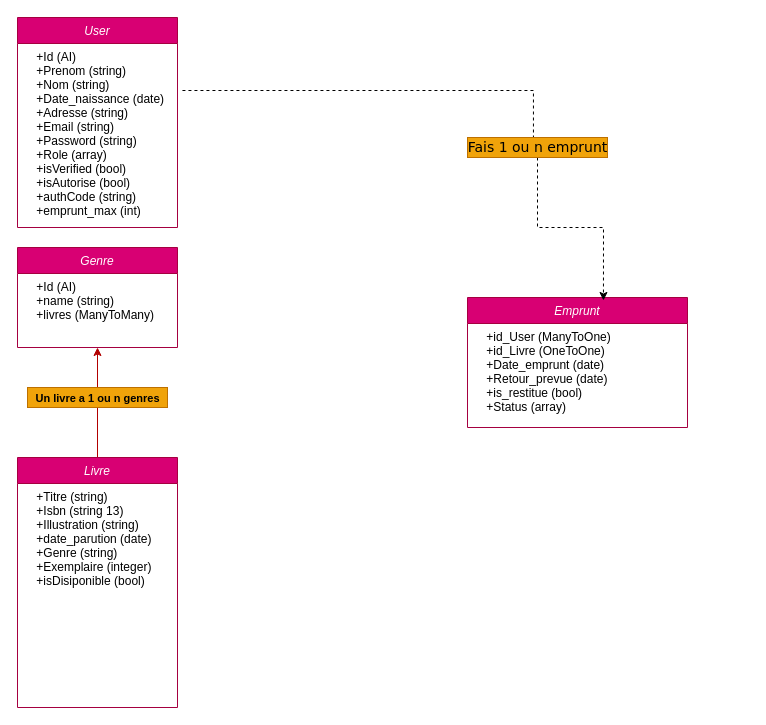
Above: docs/UML-Mediatheque.drawio in PaleGreenFILE/ECF-Mediatheque (draw.io), before the change. Source tidied: cells renumbered, new cells numbered last; positions are measured from the earlier drawing's top-left corner, leaving out a move shared by most shapes. Both pictures are drawn from the tidied source at 100%, with x=0, y=0 at pixel (17, 17).
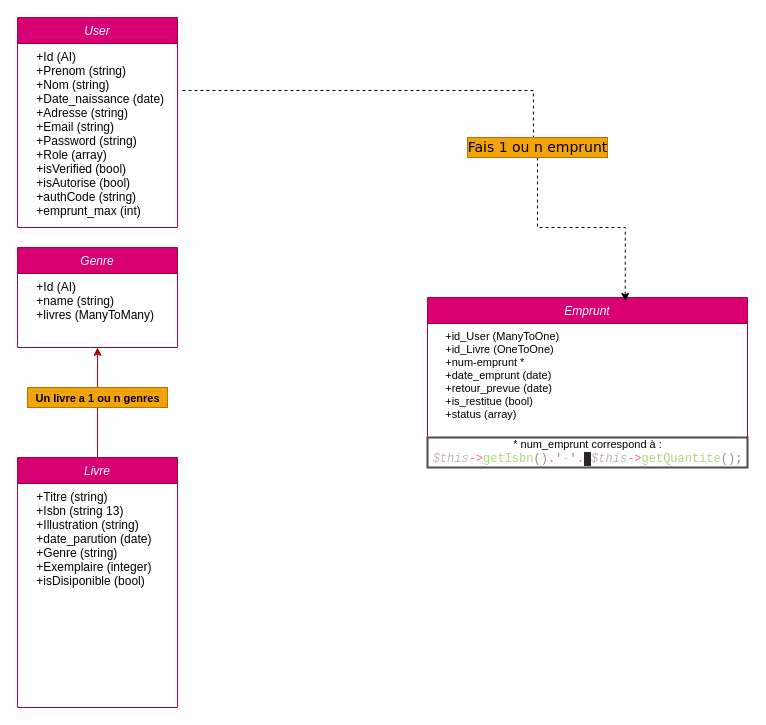
Above is the later version.

The edit, as a diff of the source:
```diff
@@
 <mxGraphModel>
   <root>
     <mxCell id="0" />
     <mxCell id="1" parent="0" />
     <mxCell id="2" value="User" style="swimlane;fontStyle=2;align=center;verticalAlign=top;horizontal=1;startSize=26;rounded=0;shadow=0;strokeWidth=1;fillColor=#d80073;strokeColor=#A50040;fontColor=#ffffff;" parent="1" vertex="1">
       <mxGeometry width="160" height="210" as="geometry" />
     </mxCell>
     <mxCell id="3" value="    +Id (AI)&#10;    +Prenom (string)&#10;    +Nom (string)&#10;    +Date_naissance (date)&#10;    +Adresse (string)&#10;    +Email (string)&#10;    +Password (string)&#10;    +Role (array)&#10;    +isVerified (bool)&#10;    +isAutorise (bool)&#10;    +authCode (string)&#10;    +emprunt_max (int)" style="text;align=left;verticalAlign=top;spacingLeft=4;spacingRight=4;overflow=hidden;points=[[0,0.5],[1,0.5]];portConstraint=eastwest;" parent="2" vertex="1">
       <mxGeometry y="26" width="160" height="184" as="geometry" />
     </mxCell>
     <mxCell id="4" style="edgeStyle=orthogonalEdgeStyle;rounded=0;sketch=0;jumpStyle=gap;jettySize=auto;html=1;entryX=0.5;entryY=1;entryDx=0;entryDy=0;shadow=0;fontFamily=Verdana;fontSize=14;fontColor=default;endArrow=classic;endFill=1;sourcePerimeterSpacing=0;targetPerimeterSpacing=0;strokeWidth=1;fillColor=#e51400;strokeColor=#B20000;" parent="1" edge="1" source="5" target="12">
       <mxGeometry relative="1" as="geometry" />
     </mxCell>
     <mxCell id="5" value="Livre" style="swimlane;fontStyle=2;align=center;verticalAlign=top;horizontal=1;startSize=26;rounded=0;shadow=0;strokeWidth=1;fillColor=#d80073;strokeColor=#A50040;fontColor=#ffffff;" parent="1" vertex="1">
       <mxGeometry y="440" width="160" height="250" as="geometry" />
     </mxCell>
     <mxCell id="6" value="    +Titre (string)&#10;    +Isbn (string 13)&#10;    +Illustration (string)&#10;    +date_parution (date)&#10;    +Genre (string)&#10;    +Exemplaire (integer)&#10;    +isDisiponible (bool)" style="text;align=left;verticalAlign=top;spacingLeft=4;spacingRight=4;overflow=hidden;" parent="5" vertex="1">
       <mxGeometry y="26" width="160" height="220" as="geometry" />
     </mxCell>
     <mxCell id="7" value="Emprunt" style="swimlane;fontStyle=2;align=center;verticalAlign=top;horizontal=1;startSize=26;rounded=0;shadow=0;strokeWidth=1;fillColor=#d80073;strokeColor=#A50040;fontColor=#ffffff;" parent="1" vertex="1">
-      <mxGeometry x="450" y="280" width="220" height="130" as="geometry" />
+      <mxGeometry x="410" y="280" width="320" height="170" as="geometry" />
     </mxCell>
-    <mxCell id="8" value="    +id_User (ManyToOne)&#10;    +id_Livre (OneToOne)&#10;    +Date_emprunt (date)&#10;    +Retour_prevue (date)&#10;    +is_restitue (bool)&#10;    +Status (array)&#10;" style="text;align=left;verticalAlign=top;spacingLeft=4;spacingRight=4;overflow=hidden;" parent="7" vertex="1">
-      <mxGeometry y="26" width="220" height="104" as="geometry" />
+    <mxCell id="8" value="    +id_User (ManyToOne)&#10;    +id_Livre (OneToOne)&#10;    +num-emprunt *&#10;    +date_emprunt (date)&#10;    +retour_prevue (date)&#10;    +is_restitue (bool)&#10;    +status (array)&#10;" style="text;align=left;verticalAlign=top;spacingLeft=4;spacingRight=4;overflow=hidden;fontSize=11;" parent="7" vertex="1">
+      <mxGeometry y="26" width="320" height="114" as="geometry" />
     </mxCell>
+    <mxCell id="15" value="* num_emprunt correspond à :&lt;br&gt;&lt;font style=&quot;font-size: 12px&quot;&gt;&lt;span style=&quot;font-family: &amp;#34;dank mono&amp;#34; , &amp;#34;nerd font mono&amp;#34; , &amp;#34;operator mono&amp;#34; , &amp;#34;fira code iscript&amp;#34; , &amp;#34;fira code&amp;#34; , &amp;#34;inconsolata&amp;#34; , &amp;#34;cascadia&amp;#34; , &amp;#34;consolas&amp;#34; , &amp;#34;courier new&amp;#34; , monospace ; color: rgb(195 , 183 , 184) ; font-style: italic&quot;&gt;$this&lt;/span&gt;&lt;span style=&quot;font-family: &amp;#34;dank mono&amp;#34; , &amp;#34;nerd font mono&amp;#34; , &amp;#34;operator mono&amp;#34; , &amp;#34;fira code iscript&amp;#34; , &amp;#34;fira code&amp;#34; , &amp;#34;inconsolata&amp;#34; , &amp;#34;cascadia&amp;#34; , &amp;#34;consolas&amp;#34; , &amp;#34;courier new&amp;#34; , monospace ; color: rgb(253 , 104 , 131)&quot;&gt;-&amp;gt;&lt;/span&gt;&lt;span style=&quot;font-family: &amp;#34;dank mono&amp;#34; , &amp;#34;nerd font mono&amp;#34; , &amp;#34;operator mono&amp;#34; , &amp;#34;fira code iscript&amp;#34; , &amp;#34;fira code&amp;#34; , &amp;#34;inconsolata&amp;#34; , &amp;#34;cascadia&amp;#34; , &amp;#34;consolas&amp;#34; , &amp;#34;courier new&amp;#34; , monospace ; color: rgb(173 , 218 , 120)&quot;&gt;getIsbn&lt;/span&gt;&lt;span style=&quot;font-family: &amp;#34;dank mono&amp;#34; , &amp;#34;nerd font mono&amp;#34; , &amp;#34;operator mono&amp;#34; , &amp;#34;fira code iscript&amp;#34; , &amp;#34;fira code&amp;#34; , &amp;#34;inconsolata&amp;#34; , &amp;#34;cascadia&amp;#34; , &amp;#34;consolas&amp;#34; , &amp;#34;courier new&amp;#34; , monospace ; color: rgb(148 , 138 , 139)&quot;&gt;()&lt;/span&gt;&lt;span style=&quot;font-family: &amp;#34;dank mono&amp;#34; , &amp;#34;nerd font mono&amp;#34; , &amp;#34;operator mono&amp;#34; , &amp;#34;fira code iscript&amp;#34; , &amp;#34;fira code&amp;#34; , &amp;#34;inconsolata&amp;#34; , &amp;#34;cascadia&amp;#34; , &amp;#34;consolas&amp;#34; , &amp;#34;courier new&amp;#34; , monospace ; color: rgb(253 , 104 , 131)&quot;&gt;.&lt;/span&gt;&lt;span style=&quot;font-family: &amp;#34;dank mono&amp;#34; , &amp;#34;nerd font mono&amp;#34; , &amp;#34;operator mono&amp;#34; , &amp;#34;fira code iscript&amp;#34; , &amp;#34;fira code&amp;#34; , &amp;#34;inconsolata&amp;#34; , &amp;#34;cascadia&amp;#34; , &amp;#34;consolas&amp;#34; , &amp;#34;courier new&amp;#34; , monospace ; color: rgb(148 , 138 , 139)&quot;&gt;'&lt;/span&gt;&lt;span style=&quot;font-family: &amp;#34;dank mono&amp;#34; , &amp;#34;nerd font mono&amp;#34; , &amp;#34;operator mono&amp;#34; , &amp;#34;fira code iscript&amp;#34; , &amp;#34;fira code&amp;#34; , &amp;#34;inconsolata&amp;#34; , &amp;#34;cascadia&amp;#34; , &amp;#34;consolas&amp;#34; , &amp;#34;courier new&amp;#34; , monospace ; color: rgb(249 , 204 , 108)&quot;&gt;-&lt;/span&gt;&lt;span style=&quot;font-family: &amp;#34;dank mono&amp;#34; , &amp;#34;nerd font mono&amp;#34; , &amp;#34;operator mono&amp;#34; , &amp;#34;fira code iscript&amp;#34; , &amp;#34;fira code&amp;#34; , &amp;#34;inconsolata&amp;#34; , &amp;#34;cascadia&amp;#34; , &amp;#34;consolas&amp;#34; , &amp;#34;courier new&amp;#34; , monospace ; color: rgb(148 , 138 , 139)&quot;&gt;'&lt;/span&gt;&lt;span style=&quot;font-family: &amp;#34;dank mono&amp;#34; , &amp;#34;nerd font mono&amp;#34; , &amp;#34;operator mono&amp;#34; , &amp;#34;fira code iscript&amp;#34; , &amp;#34;fira code&amp;#34; , &amp;#34;inconsolata&amp;#34; , &amp;#34;cascadia&amp;#34; , &amp;#34;consolas&amp;#34; , &amp;#34;courier new&amp;#34; , monospace ; color: rgb(253 , 104 , 131)&quot;&gt;.&lt;/span&gt;&lt;span style=&quot;background-color: rgb(44 , 37 , 37) ; color: rgb(255 , 241 , 243) ; font-family: &amp;#34;dank mono&amp;#34; , &amp;#34;nerd font mono&amp;#34; , &amp;#34;operator mono&amp;#34; , &amp;#34;fira code iscript&amp;#34; , &amp;#34;fira code&amp;#34; , &amp;#34;inconsolata&amp;#34; , &amp;#34;cascadia&amp;#34; , &amp;#34;consolas&amp;#34; , &amp;#34;courier new&amp;#34; , monospace&quot;&gt;&amp;nbsp;&lt;/span&gt;&lt;span style=&quot;font-family: &amp;#34;dank mono&amp;#34; , &amp;#34;nerd font mono&amp;#34; , &amp;#34;operator mono&amp;#34; , &amp;#34;fira code iscript&amp;#34; , &amp;#34;fira code&amp;#34; , &amp;#34;inconsolata&amp;#34; , &amp;#34;cascadia&amp;#34; , &amp;#34;consolas&amp;#34; , &amp;#34;courier new&amp;#34; , monospace ; color: rgb(195 , 183 , 184) ; font-style: italic&quot;&gt;$this&lt;/span&gt;&lt;span style=&quot;font-family: &amp;#34;dank mono&amp;#34; , &amp;#34;nerd font mono&amp;#34; , &amp;#34;operator mono&amp;#34; , &amp;#34;fira code iscript&amp;#34; , &amp;#34;fira code&amp;#34; , &amp;#34;inconsolata&amp;#34; , &amp;#34;cascadia&amp;#34; , &amp;#34;consolas&amp;#34; , &amp;#34;courier new&amp;#34; , monospace ; color: rgb(253 , 104 , 131)&quot;&gt;-&amp;gt;&lt;/span&gt;&lt;span style=&quot;font-family: &amp;#34;dank mono&amp;#34; , &amp;#34;nerd font mono&amp;#34; , &amp;#34;operator mono&amp;#34; , &amp;#34;fira code iscript&amp;#34; , &amp;#34;fira code&amp;#34; , &amp;#34;inconsolata&amp;#34; , &amp;#34;cascadia&amp;#34; , &amp;#34;consolas&amp;#34; , &amp;#34;courier new&amp;#34; , monospace ; color: rgb(173 , 218 , 120)&quot;&gt;getQuantite&lt;/span&gt;&lt;span style=&quot;font-family: &amp;#34;dank mono&amp;#34; , &amp;#34;nerd font mono&amp;#34; , &amp;#34;operator mono&amp;#34; , &amp;#34;fira code iscript&amp;#34; , &amp;#34;fira code&amp;#34; , &amp;#34;inconsolata&amp;#34; , &amp;#34;cascadia&amp;#34; , &amp;#34;consolas&amp;#34; , &amp;#34;courier new&amp;#34; , monospace ; color: rgb(148 , 138 , 139)&quot;&gt;();&lt;/span&gt;&lt;/font&gt;" style="text;html=1;align=center;verticalAlign=middle;rounded=0;fontSize=11;strokeWidth=2;strokeColor=#4D4D4D;" parent="7" vertex="1">
+      <mxGeometry y="140" width="320" height="30" as="geometry" />
+    </mxCell>
     <mxCell id="9" style="endArrow=none;shadow=0;strokeWidth=1;rounded=0;endFill=0;edgeStyle=elbowEdgeStyle;elbow=vertical;dashed=1;exitX=0.471;exitY=0.05;exitDx=0;exitDy=0;startArrow=none;exitPerimeter=0;entryX=1.025;entryY=0.255;entryDx=0;entryDy=0;entryPerimeter=0;" parent="1" edge="1" source="11" target="3">
       <mxGeometry x="0.5" y="41" relative="1" as="geometry">
         <Array as="points">
           <mxPoint x="270" y="73" />
           <mxPoint x="310" y="70" />
         </Array>
         <mxPoint x="-40" y="32" as="offset" />
       </mxGeometry>
     </mxCell>
     <mxCell id="10" style="edgeStyle=orthogonalEdgeStyle;rounded=0;jettySize=auto;html=1;entryX=0.618;entryY=0.023;entryDx=0;entryDy=0;entryPerimeter=0;dashed=1;" parent="1" edge="1" source="11" target="7">
       <mxGeometry relative="1" as="geometry" />
     </mxCell>
     <mxCell id="11" value="Fais 1 ou n emprunt" style="text;html=1;align=center;verticalAlign=middle;points=[];strokeColor=#BD7000;fillColor=#F0A30A;fontSize=14;fontFamily=Verdana;fontColor=#000000;" parent="1" vertex="1">
       <mxGeometry x="450" y="120" width="140" height="20" as="geometry" />
     </mxCell>
     <mxCell id="12" value="Genre" style="swimlane;fontStyle=2;align=center;verticalAlign=top;horizontal=1;startSize=26;rounded=0;shadow=0;strokeWidth=1;fillColor=#d80073;strokeColor=#A50040;fontColor=#ffffff;" parent="1" vertex="1">
       <mxGeometry y="230" width="160" height="100" as="geometry" />
     </mxCell>
     <mxCell id="13" value="    +Id (AI)&#10;    +name (string)&#10;    +livres (ManyToMany)" style="text;align=left;verticalAlign=top;spacingLeft=4;spacingRight=4;overflow=hidden;" parent="12" vertex="1">
       <mxGeometry y="26" width="160" height="74" as="geometry" />
     </mxCell>
     <mxCell id="14" value="&lt;span style=&quot;font-family: &amp;#34;helvetica&amp;#34; ; font-size: 11px ; background-color: rgb(240 , 163 , 10)&quot;&gt;&lt;b&gt;Un livre a 1 ou n genres&lt;/b&gt;&lt;/span&gt;" style="text;html=1;align=center;verticalAlign=middle;strokeColor=#BD7000;fillColor=#F0A30A;fontSize=14;fontFamily=Verdana;fontColor=#000000;" parent="1" vertex="1">
       <mxGeometry x="10" y="370" width="140" height="20" as="geometry" />
     </mxCell>
   </root>
 </mxGraphModel>
```
